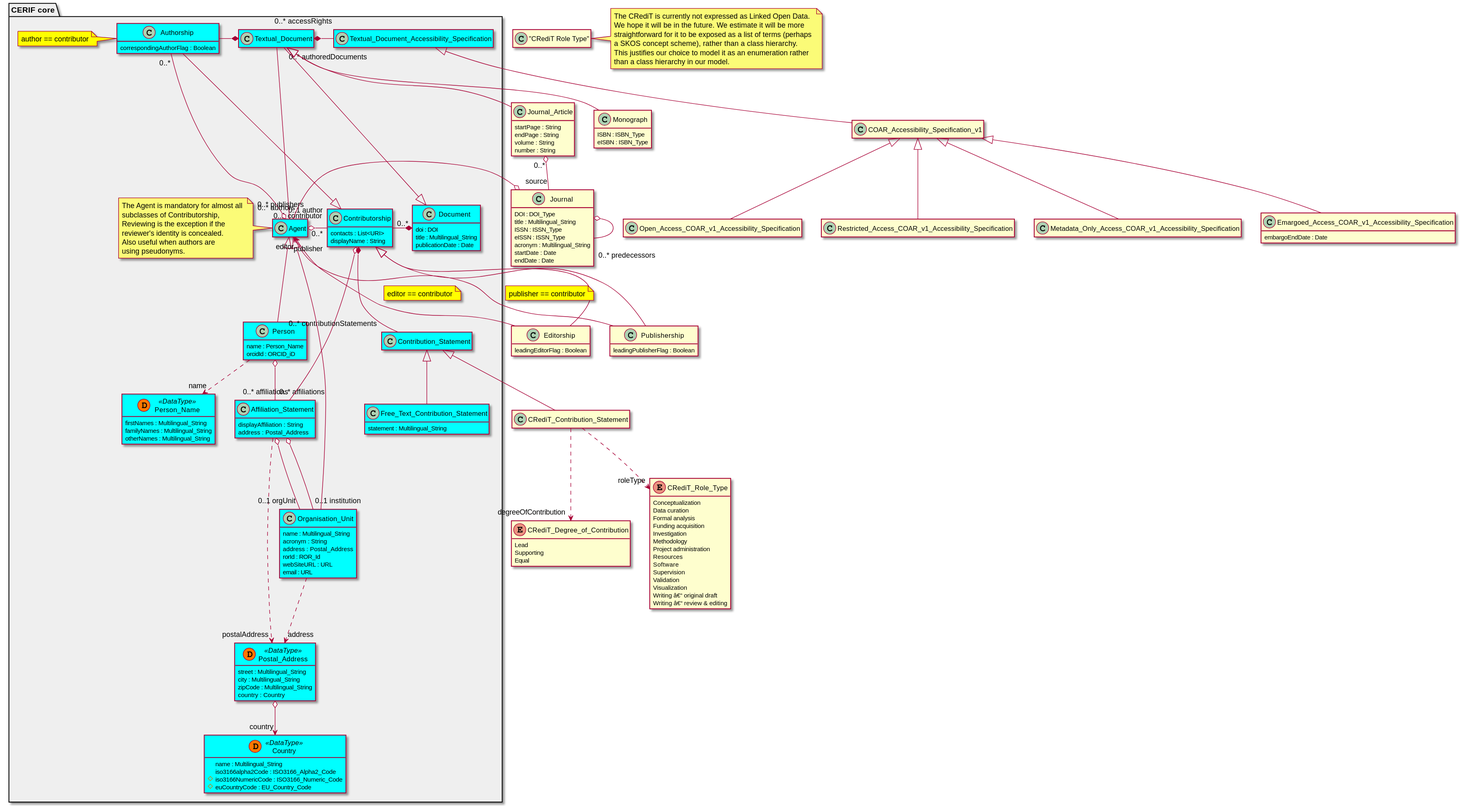
The PlantUML diagram diagrams/module.svg in EuroCRIS/CERIF-ScholarlyPublicationsModule, before a commit.
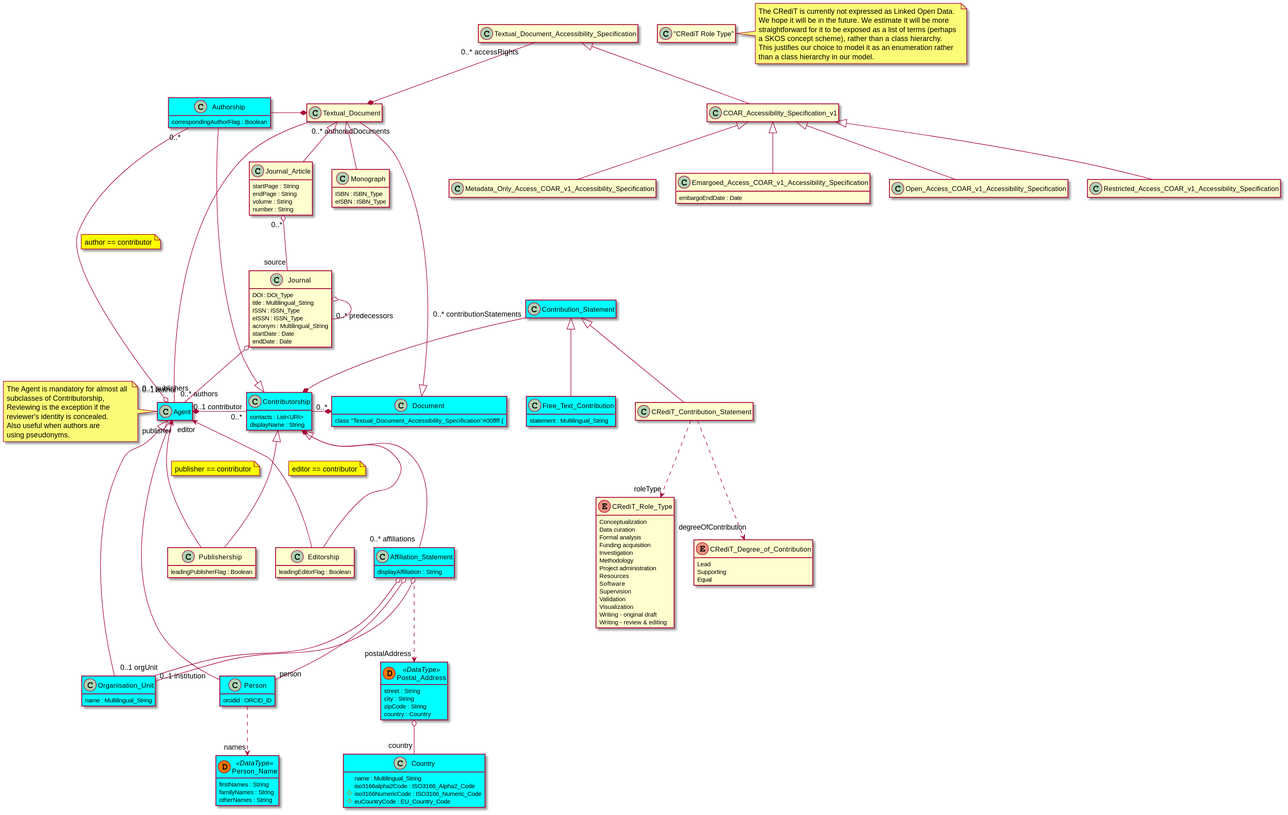
The same file after the commit.

Commit message:
colors at diagrams (core and module distinction)

Change to the diagram source:
```diff
@@ -2,9 +2,9 @@
 
 !includesub core.puml!common
 
-package "CERIF core" #EFEFEF{
+
     !include ./core.puml
-}
+
     !startsub Coar
     class "COAR_Accessibility_Specification_v1"
 
@@ -69,8 +69,8 @@
         Supervision
         Validation
         Visualization
-        Writing â€“ original draft
-        Writing â€“ review & editing
+        Writing - original draft
+        Writing - review & editing
     }
     !endsub
 
```
